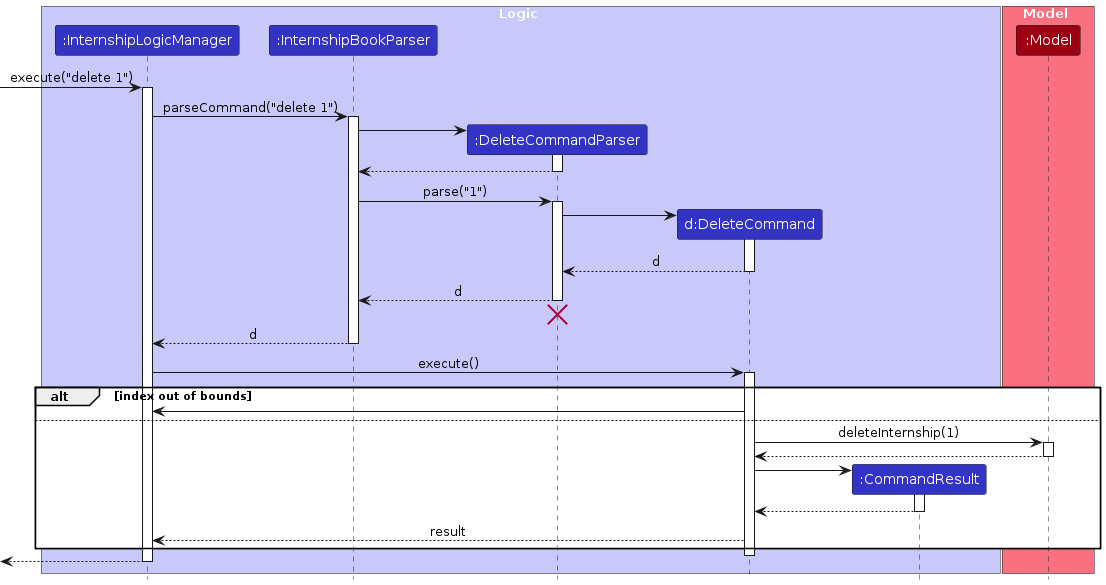
Before: diagrams/DeleteSequenceDiagram.png, a diagram exported from PlantUML (AY2324S1-CS2103T-W17-1/tp). Its source is kept beside it as diagrams/DeleteSequenceDiagram.puml. Its diagram source:
```plantuml
@startuml
!include style.puml
skinparam ArrowFontStyle plain

box Logic LOGIC_COLOR_T1
participant ":InternshipLogicManager" as InternshipLogicManager LOGIC_COLOR
participant ":InternshipBookParser" as InternshipBookParser LOGIC_COLOR
participant ":DeleteCommandParser" as DeleteCommandParser LOGIC_COLOR
participant "d:DeleteCommand" as DeleteCommand LOGIC_COLOR
participant ":CommandResult" as CommandResult LOGIC_COLOR
end box

box Model MODEL_COLOR_T1
participant ":Model" as Model MODEL_COLOR
end box

[-> InternshipLogicManager : execute("delete 1")
activate InternshipLogicManager

InternshipLogicManager -> InternshipBookParser : parseCommand("delete 1")
activate InternshipBookParser

create DeleteCommandParser
InternshipBookParser -> DeleteCommandParser
activate DeleteCommandParser

DeleteCommandParser --> InternshipBookParser
deactivate DeleteCommandParser

InternshipBookParser -> DeleteCommandParser : parse("1")
activate DeleteCommandParser

create DeleteCommand
DeleteCommandParser -> DeleteCommand
activate DeleteCommand

DeleteCommand --> DeleteCommandParser : d
deactivate DeleteCommand

DeleteCommandParser --> InternshipBookParser : d
deactivate DeleteCommandParser
DeleteCommandParser -[hidden]-> InternshipBookParser
destroy DeleteCommandParser

InternshipBookParser --> InternshipLogicManager : d
deactivate InternshipBookParser

InternshipLogicManager -> DeleteCommand : execute()
activate DeleteCommand
alt index out of bounds
    DeleteCommand -> InternshipLogicManager
else
    DeleteCommand -> Model : deleteInternship(1)
    activate Model

    Model --> DeleteCommand
    deactivate Model

    create CommandResult
    DeleteCommand -> CommandResult
    activate CommandResult

    CommandResult --> DeleteCommand
    deactivate CommandResult

    DeleteCommand --> InternshipLogicManager : result
end
deactivate DeleteCommand

[<--InternshipLogicManager
deactivate InternshipLogicManager
@enduml
```
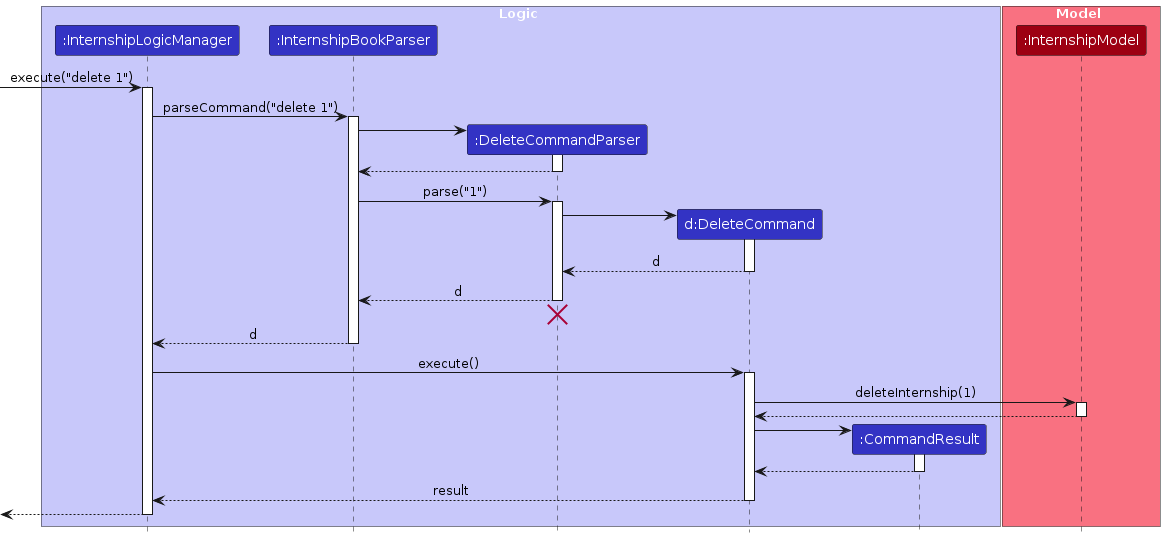
Above is the later version.

What changed in the source:
```diff
@@ -11,7 +11,7 @@
 end box
 
 box Model MODEL_COLOR_T1
-participant ":Model" as Model MODEL_COLOR
+participant ":InternshipModel" as Model MODEL_COLOR
 end box
 
 [-> InternshipLogicManager : execute("delete 1")
@@ -47,24 +47,20 @@
 
 InternshipLogicManager -> DeleteCommand : execute()
 activate DeleteCommand
-alt index out of bounds
-    DeleteCommand -> InternshipLogicManager
-else
-    DeleteCommand -> Model : deleteInternship(1)
-    activate Model
+DeleteCommand -> Model : deleteInternship(1)
+activate Model
 
-    Model --> DeleteCommand
-    deactivate Model
+Model --> DeleteCommand
+deactivate Model
 
-    create CommandResult
-    DeleteCommand -> CommandResult
-    activate CommandResult
+create CommandResult
+DeleteCommand -> CommandResult
+activate CommandResult
 
-    CommandResult --> DeleteCommand
-    deactivate CommandResult
+CommandResult --> DeleteCommand
+deactivate CommandResult
 
-    DeleteCommand --> InternshipLogicManager : result
-end
+DeleteCommand --> InternshipLogicManager : result
 deactivate DeleteCommand
 
 [<--InternshipLogicManager
```
